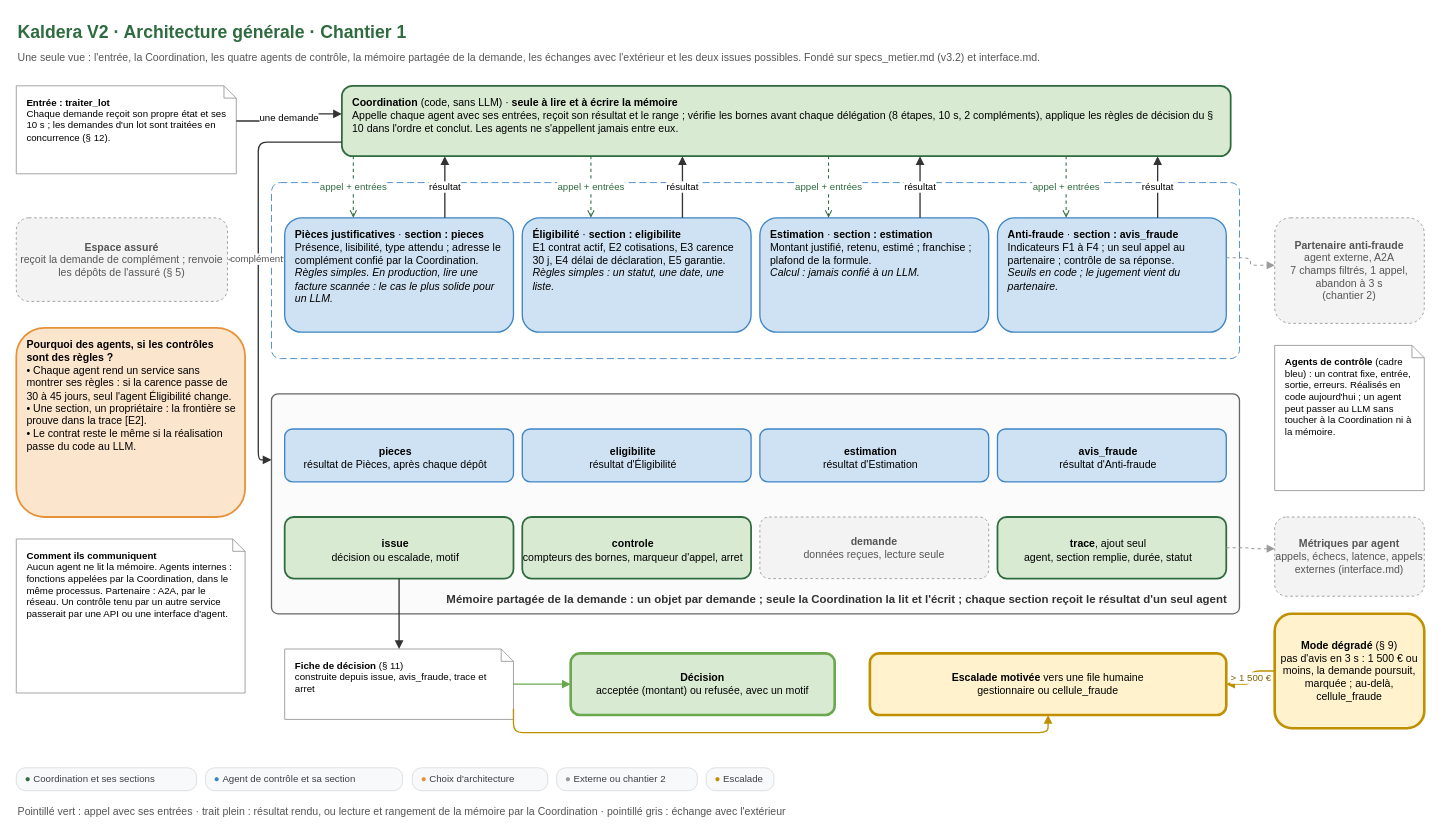
Earlier version of the draw.io diagram conception/schemas/schema-A-architecture-generale.drawio (Ganda15/kaldera-bout-en-bout_v2). Source tidied: cells renumbered, new cells numbered last; positions are measured from the earlier drawing's top-left corner, leaving out a move shared by most shapes. Both pictures are drawn from the tidied source at 88%, with x=0, y=0 at pixel (16, 15).
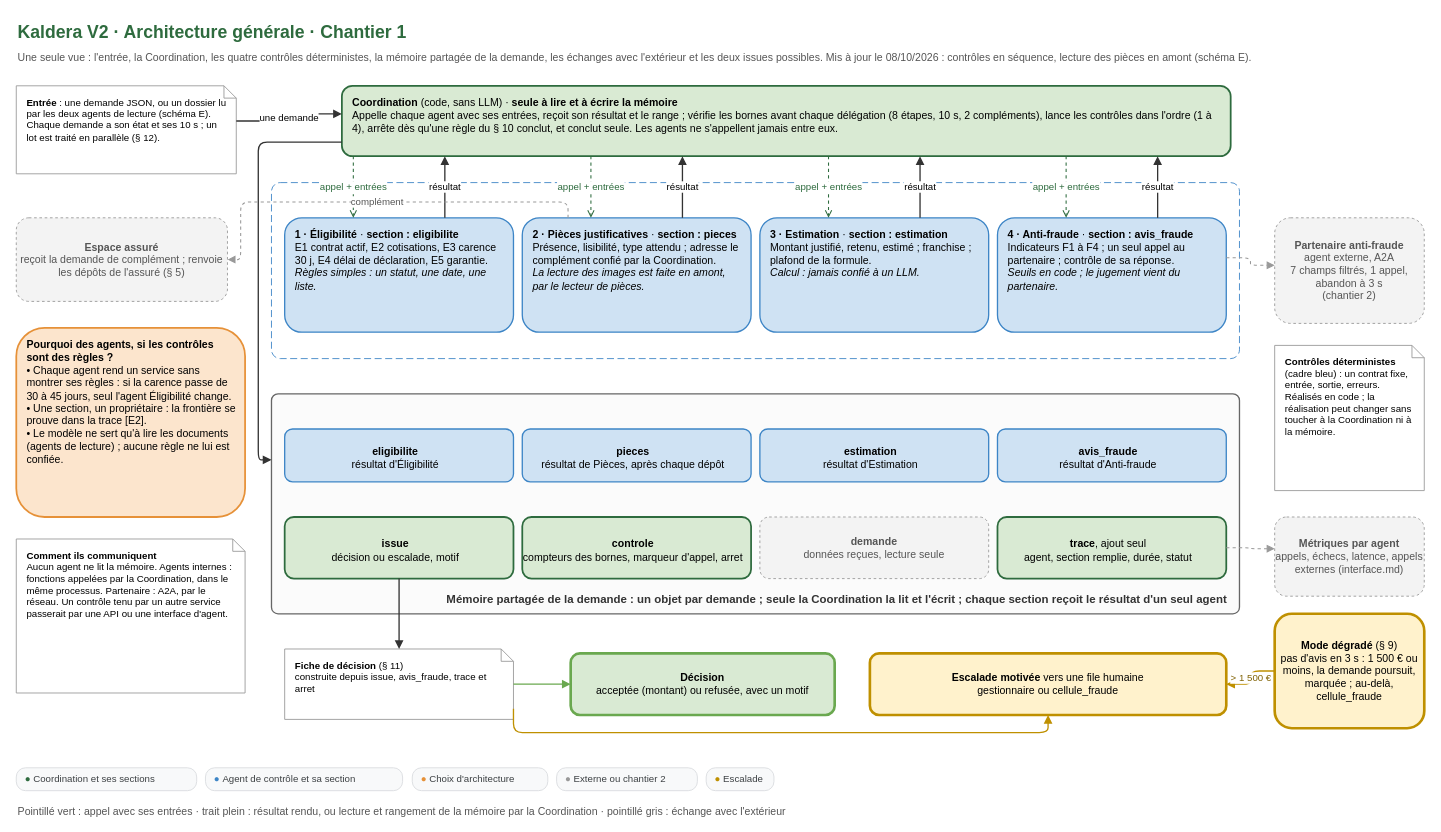
The same diagram, later.

Commit message (it also covers changes not shown here):
docs(conception): schemas 0, 2, A et E alignes sur le code, entree 4 du journal des ajustements

The change refers to these unchanged cells:
```xml
<mxCell id="31" value="&lt;b&gt;Espace assuré&lt;/b&gt;&lt;br&gt;reçoit la demande de complément ; renvoie les dépôts de l'assuré (§ 5)" style="whiteSpace=wrap;html=1;fontFamily=Arial;fontSize=12;rounded=1;fillColor=#f3f3f3;strokeColor=#999999;dashed=1;fontColor=#555555;" parent="1" vertex="1">
  <mxGeometry y="230" width="240" height="95" as="geometry" />
</mxCell>
```

Diff of the diagram source:
```diff
@@
-    <mxCell id="3" value="Une seule vue : l'entrée, la Coordination, les quatre agents de contrôle, la mémoire partagée de la demande, les échanges avec l'extérieur et les deux issues possibles. Fondé sur specs_metier.md (v3.2) et interface.md." style="text;html=1;fontFamily=Arial;fontSize=12;fontColor=#555555;align=left;verticalAlign=top;whiteSpace=wrap;" parent="1" vertex="1">
+    <mxCell id="3" value="Une seule vue : l'entrée, la Coordination, les quatre contrôles déterministes, la mémoire partagée de la demande, les échanges avec l'extérieur et les deux issues possibles. Mis à jour le 08/10/2026 : contrôles en séquence, lecture des pièces en amont (schéma E)." style="text;html=1;fontFamily=Arial;fontSize=12;fontColor=#555555;align=left;verticalAlign=top;whiteSpace=wrap;" parent="1" vertex="1">
       <mxGeometry y="34" width="1500" height="22" as="geometry" />
     </mxCell>
-    <mxCell id="4" value="&lt;b&gt;Entrée : traiter_lot&lt;/b&gt;&lt;br&gt;Chaque demande reçoit son propre état et ses 10 s ; les demandes d'un lot sont traitées en concurrence (§ 12)." style="whiteSpace=wrap;html=1;fontFamily=Arial;fontSize=12;align=left;spacingLeft=10;spacingRight=8;verticalAlign=top;spacingTop=6;shape=note;size=14;fillColor=#ffffff;strokeColor=#999999;fontSize=11;" parent="1" vertex="1">
+    <mxCell id="4" value="&lt;b&gt;Entrée&lt;/b&gt; : une demande JSON, ou un dossier lu par les deux agents de lecture (schéma E). Chaque demande a son état et ses 10 s ; un lot est traité en parallèle (§ 12)." style="whiteSpace=wrap;html=1;fontFamily=Arial;fontSize=12;align=left;spacingLeft=10;spacingRight=8;verticalAlign=top;spacingTop=6;shape=note;size=14;fillColor=#ffffff;strokeColor=#999999;fontSize=11;" parent="1" vertex="1">
       <mxGeometry y="80" width="250" height="100" as="geometry" />
     </mxCell>
-    <mxCell id="5" value="&lt;b&gt;Coordination&lt;/b&gt; (code, sans LLM) · &lt;b&gt;seule à lire et à écrire la mémoire&lt;/b&gt;&lt;br&gt;Appelle chaque agent avec ses entrées, reçoit son résultat et le range ; vérifie les bornes avant chaque délégation (8 étapes, 10 s, 2 compléments), applique les règles de décision du § 10 dans l'ordre et conclut. Les agents ne s'appellent jamais entre eux." style="whiteSpace=wrap;html=1;fontFamily=Arial;fontSize=12;align=left;spacingLeft=10;spacingRight=8;verticalAlign=top;spacingTop=6;rounded=1;fillColor=#d9ead3;strokeColor=#2E6B3E;strokeWidth=2;" parent="1" vertex="1">
+    <mxCell id="5" value="&lt;b&gt;Coordination&lt;/b&gt; (code, sans LLM) · &lt;b&gt;seule à lire et à écrire la mémoire&lt;/b&gt;&lt;br&gt;Appelle chaque agent avec ses entrées, reçoit son résultat et le range ; vérifie les bornes avant chaque délégation (8 étapes, 10 s, 2 compléments), lance les contrôles dans l'ordre (1 à 4), arrête dès qu'une règle du § 10 conclut, et conclut seule. Les agents ne s'appellent jamais entre eux." style="whiteSpace=wrap;html=1;fontFamily=Arial;fontSize=12;align=left;spacingLeft=10;spacingRight=8;verticalAlign=top;spacingTop=6;rounded=1;fillColor=#d9ead3;strokeColor=#2E6B3E;strokeWidth=2;" parent="1" vertex="1">
       <mxGeometry x="370" y="80" width="1010" height="80" as="geometry" />
     </mxCell>
@@
-    <mxCell id="7" value="&lt;b&gt;Agents de contrôle&lt;/b&gt; (cadre bleu) : un contrat fixe, entrée, sortie, erreurs. Réalisés en code aujourd'hui ; un agent peut passer au LLM sans toucher à la Coordination ni à la mémoire." style="whiteSpace=wrap;html=1;fontFamily=Arial;fontSize=12;align=left;spacingLeft=10;spacingRight=8;verticalAlign=top;spacingTop=6;shape=note;size=14;fillColor=#ffffff;strokeColor=#999999;fontSize=11;" parent="1" vertex="1">
+    <mxCell id="7" value="&lt;b&gt;Contrôles déterministes&lt;/b&gt; (cadre bleu) : un contrat fixe, entrée, sortie, erreurs. Réalisés en code ; la réalisation peut changer sans toucher à la Coordination ni à la mémoire." style="whiteSpace=wrap;html=1;fontFamily=Arial;fontSize=12;align=left;spacingLeft=10;spacingRight=8;verticalAlign=top;spacingTop=6;shape=note;size=14;fillColor=#ffffff;strokeColor=#999999;fontSize=11;" parent="1" vertex="1">
       <mxGeometry x="1430" y="375" width="170" height="165" as="geometry" />
     </mxCell>
+    <mxCell id="11" value="&lt;b&gt;1 · Éligibilité&lt;/b&gt; · &lt;b&gt;section : eligibilite&lt;/b&gt;&lt;br&gt;E1 contrat actif, E2 cotisations, E3 carence 30 j, E4 délai de déclaration, E5 garantie.&lt;br&gt;&lt;i&gt;Règles simples : un statut, une date, une liste.&lt;/i&gt;" style="whiteSpace=wrap;html=1;fontFamily=Arial;fontSize=12;align=left;spacingLeft=10;spacingRight=8;verticalAlign=top;spacingTop=6;rounded=1;fillColor=#cfe2f3;strokeColor=#3d85c6;strokeWidth=1.5;" parent="1" vertex="1">
+      <mxGeometry x="305" y="230" width="260" height="130" as="geometry" />
+    </mxCell>
+    <mxCell id="12" value="appel + entrées" style="edgeStyle=orthogonalEdgeStyle;rounded=1;html=1;fontFamily=Arial;fontSize=11;labelBackgroundColor=#ffffff;endArrow=open;endFill=0;dashed=1;strokeColor=#2E6B3E;strokeWidth=1.2;fontColor=#2E6B3E;exitX=0.01287128712871287;exitY=1;exitDx=0;exitDy=0;entryX=0.3;entryY=0;entryDx=0;entryDy=0;" parent="1" edge="1" source="5" target="11">
+      <mxGeometry relative="1" as="geometry" />
+    </mxCell>
+    <mxCell id="13" value="résultat" style="edgeStyle=orthogonalEdgeStyle;rounded=1;html=1;fontFamily=Arial;fontSize=11;labelBackgroundColor=#ffffff;endArrow=block;endFill=1;strokeColor=#333333;strokeWidth=1.5;exitX=0.7;exitY=0;exitDx=0;exitDy=0;entryX=0.11584158415841585;entryY=1;entryDx=0;entryDy=0;" parent="1" edge="1" source="11" target="5">
+      <mxGeometry relative="1" as="geometry" />
+    </mxCell>
-    <mxCell id="8" value="&lt;b&gt;Pièces justificatives&lt;/b&gt; · &lt;b&gt;section : pieces&lt;/b&gt;&lt;br&gt;Présence, lisibilité, type attendu ; adresse le complément confié par la Coordination.&lt;br&gt;&lt;i&gt;Règles simples. En production, lire une facture scannée : le cas le plus solide pour un LLM.&lt;/i&gt;" style="whiteSpace=wrap;html=1;fontFamily=Arial;fontSize=12;align=left;spacingLeft=10;spacingRight=8;verticalAlign=top;spacingTop=6;rounded=1;fillColor=#cfe2f3;strokeColor=#3d85c6;strokeWidth=1.5;" parent="1" vertex="1">
-      <mxGeometry x="305" y="230" width="260" height="130" as="geometry" />
+    <mxCell id="8" value="&lt;b&gt;2 · Pièces justificatives&lt;/b&gt; · &lt;b&gt;section : pieces&lt;/b&gt;&lt;br&gt;Présence, lisibilité, type attendu ; adresse le complément confié par la Coordination.&lt;br&gt;&lt;i&gt;La lecture des images est faite en amont, par le lecteur de pièces.&lt;/i&gt;" style="whiteSpace=wrap;html=1;fontFamily=Arial;fontSize=12;align=left;spacingLeft=10;spacingRight=8;verticalAlign=top;spacingTop=6;rounded=1;fillColor=#cfe2f3;strokeColor=#3d85c6;strokeWidth=1.5;" parent="1" vertex="1">
+      <mxGeometry x="575" y="230" width="260" height="130" as="geometry" />
     </mxCell>
-    <mxCell id="9" value="appel + entrées" style="edgeStyle=orthogonalEdgeStyle;rounded=1;html=1;fontFamily=Arial;fontSize=11;labelBackgroundColor=#ffffff;endArrow=open;endFill=0;dashed=1;strokeColor=#2E6B3E;strokeWidth=1.2;fontColor=#2E6B3E;exitX=0.01287128712871287;exitY=1;exitDx=0;exitDy=0;entryX=0.3;entryY=0;entryDx=0;entryDy=0;" parent="1" edge="1" source="5" target="8">
+    <mxCell id="9" value="appel + entrées" style="edgeStyle=orthogonalEdgeStyle;rounded=1;html=1;fontFamily=Arial;fontSize=11;labelBackgroundColor=#ffffff;endArrow=open;endFill=0;dashed=1;strokeColor=#2E6B3E;strokeWidth=1.2;fontColor=#2E6B3E;exitX=0.2801980198019802;exitY=1;exitDx=0;exitDy=0;entryX=0.3;entryY=0;entryDx=0;entryDy=0;" parent="1" edge="1" source="5" target="8">
       <mxGeometry relative="1" as="geometry" />
     </mxCell>
-    <mxCell id="10" value="résultat" style="edgeStyle=orthogonalEdgeStyle;rounded=1;html=1;fontFamily=Arial;fontSize=11;labelBackgroundColor=#ffffff;endArrow=block;endFill=1;strokeColor=#333333;strokeWidth=1.5;exitX=0.7;exitY=0;exitDx=0;exitDy=0;entryX=0.11584158415841585;entryY=1;entryDx=0;entryDy=0;" parent="1" edge="1" source="8" target="5">
+    <mxCell id="10" value="résultat" style="edgeStyle=orthogonalEdgeStyle;rounded=1;html=1;fontFamily=Arial;fontSize=11;labelBackgroundColor=#ffffff;endArrow=block;endFill=1;strokeColor=#333333;strokeWidth=1.5;exitX=0.7;exitY=0;exitDx=0;exitDy=0;entryX=0.3831683168316832;entryY=1;entryDx=0;entryDy=0;" parent="1" edge="1" source="8" target="5">
       <mxGeometry relative="1" as="geometry" />
     </mxCell>
-    <mxCell id="11" value="&lt;b&gt;Éligibilité&lt;/b&gt; · &lt;b&gt;section : eligibilite&lt;/b&gt;&lt;br&gt;E1 contrat actif, E2 cotisations, E3 carence 30 j, E4 délai de déclaration, E5 garantie.&lt;br&gt;&lt;i&gt;Règles simples : un statut, une date, une liste.&lt;/i&gt;" style="whiteSpace=wrap;html=1;fontFamily=Arial;fontSize=12;align=left;spacingLeft=10;spacingRight=8;verticalAlign=top;spacingTop=6;rounded=1;fillColor=#cfe2f3;strokeColor=#3d85c6;strokeWidth=1.5;" parent="1" vertex="1">
-      <mxGeometry x="575" y="230" width="260" height="130" as="geometry" />
-    </mxCell>
-    <mxCell id="12" value="appel + entrées" style="edgeStyle=orthogonalEdgeStyle;rounded=1;html=1;fontFamily=Arial;fontSize=11;labelBackgroundColor=#ffffff;endArrow=open;endFill=0;dashed=1;strokeColor=#2E6B3E;strokeWidth=1.2;fontColor=#2E6B3E;exitX=0.2801980198019802;exitY=1;exitDx=0;exitDy=0;entryX=0.3;entryY=0;entryDx=0;entryDy=0;" parent="1" edge="1" source="5" target="11">
-      <mxGeometry relative="1" as="geometry" />
-    </mxCell>
-    <mxCell id="13" value="résultat" style="edgeStyle=orthogonalEdgeStyle;rounded=1;html=1;fontFamily=Arial;fontSize=11;labelBackgroundColor=#ffffff;endArrow=block;endFill=1;strokeColor=#333333;strokeWidth=1.5;exitX=0.7;exitY=0;exitDx=0;exitDy=0;entryX=0.3831683168316832;entryY=1;entryDx=0;entryDy=0;" parent="1" edge="1" source="11" target="5">
-      <mxGeometry relative="1" as="geometry" />
-    </mxCell>
-    <mxCell id="14" value="&lt;b&gt;Estimation&lt;/b&gt; · &lt;b&gt;section : estimation&lt;/b&gt;&lt;br&gt;Montant justifié, retenu, estimé ; franchise ; plafond de la formule.&lt;br&gt;&lt;i&gt;Calcul : jamais confié à un LLM.&lt;/i&gt;" style="whiteSpace=wrap;html=1;fontFamily=Arial;fontSize=12;align=left;spacingLeft=10;spacingRight=8;verticalAlign=top;spacingTop=6;rounded=1;fillColor=#cfe2f3;strokeColor=#3d85c6;strokeWidth=1.5;" parent="1" vertex="1">
+    <mxCell id="14" value="&lt;b&gt;3 · Estimation&lt;/b&gt; · &lt;b&gt;section : estimation&lt;/b&gt;&lt;br&gt;Montant justifié, retenu, estimé ; franchise ; plafond de la formule.&lt;br&gt;&lt;i&gt;Calcul : jamais confié à un LLM.&lt;/i&gt;" style="whiteSpace=wrap;html=1;fontFamily=Arial;fontSize=12;align=left;spacingLeft=10;spacingRight=8;verticalAlign=top;spacingTop=6;rounded=1;fillColor=#cfe2f3;strokeColor=#3d85c6;strokeWidth=1.5;" parent="1" vertex="1">
       <mxGeometry x="845" y="230" width="260" height="130" as="geometry" />
     </mxCell>
@@
-    <mxCell id="17" value="&lt;b&gt;Anti-fraude&lt;/b&gt; · &lt;b&gt;section : avis_fraude&lt;/b&gt;&lt;br&gt;Indicateurs F1 à F4 ; un seul appel au partenaire ; contrôle de sa réponse.&lt;br&gt;&lt;i&gt;Seuils en code ; le jugement vient du partenaire.&lt;/i&gt;" style="whiteSpace=wrap;html=1;fontFamily=Arial;fontSize=12;align=left;spacingLeft=10;spacingRight=8;verticalAlign=top;spacingTop=6;rounded=1;fillColor=#cfe2f3;strokeColor=#3d85c6;strokeWidth=1.5;" parent="1" vertex="1">
+    <mxCell id="17" value="&lt;b&gt;4 · Anti-fraude&lt;/b&gt; · &lt;b&gt;section : avis_fraude&lt;/b&gt;&lt;br&gt;Indicateurs F1 à F4 ; un seul appel au partenaire ; contrôle de sa réponse.&lt;br&gt;&lt;i&gt;Seuils en code ; le jugement vient du partenaire.&lt;/i&gt;" style="whiteSpace=wrap;html=1;fontFamily=Arial;fontSize=12;align=left;spacingLeft=10;spacingRight=8;verticalAlign=top;spacingTop=6;rounded=1;fillColor=#cfe2f3;strokeColor=#3d85c6;strokeWidth=1.5;" parent="1" vertex="1">
       <mxGeometry x="1115" y="230" width="260" height="130" as="geometry" />
     </mxCell>
@@
+    <mxCell id="22" value="&lt;b&gt;eligibilite&lt;/b&gt;&lt;br&gt;résultat d'Éligibilité" style="whiteSpace=wrap;html=1;fontFamily=Arial;fontSize=12;align=left;spacingLeft=10;spacingRight=8;verticalAlign=top;spacingTop=6;rounded=1;fillColor=#cfe2f3;strokeColor=#3d85c6;strokeWidth=1.5;align=center;verticalAlign=middle;spacingLeft=0;" parent="1" vertex="1">
+      <mxGeometry x="305" y="470" width="260" height="60" as="geometry" />
+    </mxCell>
     <mxCell id="21" value="&lt;b&gt;pieces&lt;/b&gt;&lt;br&gt;résultat de Pièces, après chaque dépôt" style="whiteSpace=wrap;html=1;fontFamily=Arial;fontSize=12;align=left;spacingLeft=10;spacingRight=8;verticalAlign=top;spacingTop=6;rounded=1;fillColor=#cfe2f3;strokeColor=#3d85c6;strokeWidth=1.5;align=center;verticalAlign=middle;spacingLeft=0;" parent="1" vertex="1">
-      <mxGeometry x="305" y="470" width="260" height="60" as="geometry" />
+      <mxGeometry x="575" y="470" width="260" height="60" as="geometry" />
     </mxCell>
-    <mxCell id="22" value="&lt;b&gt;eligibilite&lt;/b&gt;&lt;br&gt;résultat d'Éligibilité" style="whiteSpace=wrap;html=1;fontFamily=Arial;fontSize=12;align=left;spacingLeft=10;spacingRight=8;verticalAlign=top;spacingTop=6;rounded=1;fillColor=#cfe2f3;strokeColor=#3d85c6;strokeWidth=1.5;align=center;verticalAlign=middle;spacingLeft=0;" parent="1" vertex="1">
-      <mxGeometry x="575" y="470" width="260" height="60" as="geometry" />
-    </mxCell>
@@
-    <mxCell id="32" value="complément" style="edgeStyle=orthogonalEdgeStyle;rounded=1;html=1;fontFamily=Arial;fontSize=11;labelBackgroundColor=#ffffff;endArrow=block;endFill=1;dashed=1;strokeColor=#999999;strokeWidth=1.2;fontColor=#555555;exitX=0;exitY=0.35;exitDx=0;exitDy=0;entryX=1;entryY=0.5;entryDx=0;entryDy=0;" parent="1" edge="1" source="8" target="31">
-      <mxGeometry relative="1" as="geometry" />
+    <mxCell id="32" value="complément" style="edgeStyle=orthogonalEdgeStyle;rounded=1;html=1;fontFamily=Arial;fontSize=11;labelBackgroundColor=#ffffff;endArrow=block;endFill=1;dashed=1;strokeColor=#999999;strokeWidth=1.2;fontColor=#555555;exitX=0.2;exitY=0;exitDx=0;exitDy=0;entryX=1;entryY=0.5;entryDx=0;entryDy=0;" parent="1" edge="1" source="8" target="31">
+      <mxGeometry relative="1" as="geometry">
+        <Array as="points">
+          <mxPoint x="627" y="212" />
+          <mxPoint x="255" y="212" />
+          <mxPoint x="255" y="277" />
+        </Array>
+      </mxGeometry>
     </mxCell>
@@
-    <mxCell id="45" value="&lt;b&gt;Pourquoi des agents, si les contrôles sont des règles ?&lt;/b&gt;&lt;br&gt;• Chaque agent rend un service sans montrer ses règles : si la carence passe de 30 à 45 jours, seul l'agent Éligibilité change.&lt;br&gt;• Une section, un propriétaire : la frontière se prouve dans la trace [E2].&lt;br&gt;• Le contrat reste le même si la réalisation passe du code au LLM." style="whiteSpace=wrap;html=1;fontFamily=Arial;fontSize=12;align=left;spacingLeft=10;spacingRight=8;verticalAlign=top;spacingTop=6;rounded=1;fillColor=#fce5cd;strokeColor=#e69138;strokeWidth=2;" parent="1" vertex="1">
+    <mxCell id="45" value="&lt;b&gt;Pourquoi des agents, si les contrôles sont des règles ?&lt;/b&gt;&lt;br&gt;• Chaque agent rend un service sans montrer ses règles : si la carence passe de 30 à 45 jours, seul l'agent Éligibilité change.&lt;br&gt;• Une section, un propriétaire : la frontière se prouve dans la trace [E2].&lt;br&gt;• Le modèle ne sert qu'à lire les documents (agents de lecture) ; aucune règle ne lui est confiée." style="whiteSpace=wrap;html=1;fontFamily=Arial;fontSize=12;align=left;spacingLeft=10;spacingRight=8;verticalAlign=top;spacingTop=6;rounded=1;fillColor=#fce5cd;strokeColor=#e69138;strokeWidth=2;" parent="1" vertex="1">
       <mxGeometry y="355" width="260" height="215" as="geometry" />
     </mxCell>
```
